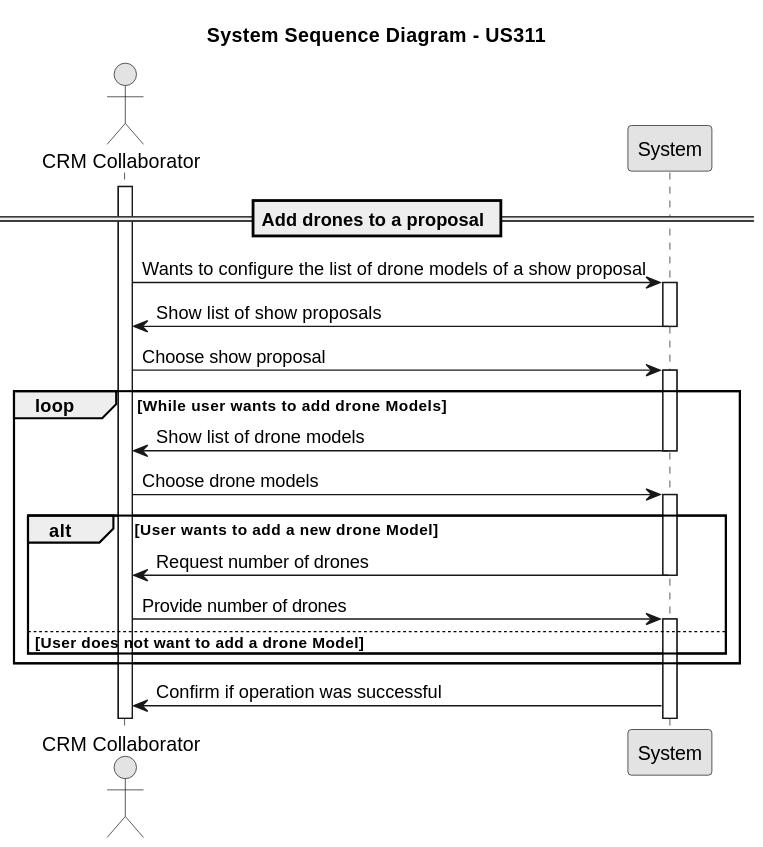
Before: docs/Sprint3/us_311/images/system-sequence-diagram-US311.svg, a diagram exported from PlantUML (rubenFreitas1/ISEP-LAPR4-2024-2025). Its diagram source:
```plantuml
@startuml
skinparam monochrome true
skinparam packageStyle rectangle
skinparam shadowing false

actor "CRM Collaborator" as crmCollaborator
participant "System" as system

title System Sequence Diagram - US311

== Add drones to a proposal ==
activate crmCollaborator

crmCollaborator -> system : Wants to configure the list of drone models of a show proposal
activate system

system -> crmCollaborator : Show list of show proposals
deactivate system
crmCollaborator -> system : Choose show proposal

activate system

loop While user wants to add drone Models

system -> crmCollaborator : Show list of drone models
deactivate system

crmCollaborator -> system : Choose drone models
activate system

alt User wants to add a new drone Model
            system -> crmCollaborator : Request number of drones

deactivate system

crmCollaborator -> system : Provide number of drones
         else User does not want to add a drone Model
activate system
end
end
system -> crmCollaborator : Confirm if operation was successful
@enduml
```
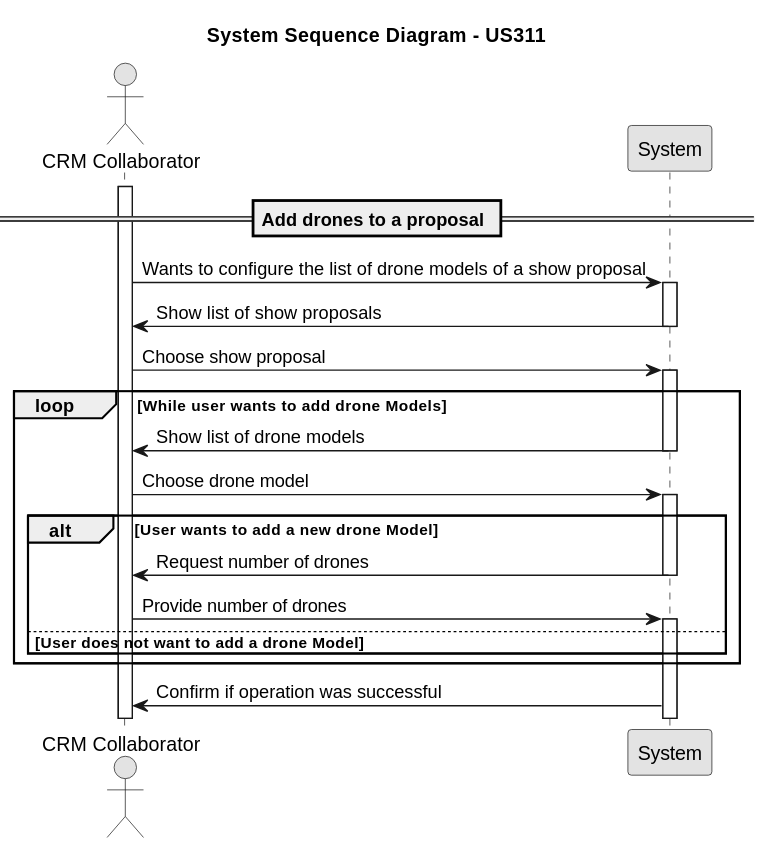
Above is the later version.

The edit, as a diff of the source:
```diff
@@ -25,7 +25,7 @@
 system -> crmCollaborator : Show list of drone models
 deactivate system
 
-crmCollaborator -> system : Choose drone models
+crmCollaborator -> system : Choose drone model
 activate system
 
 alt User wants to add a new drone Model
```
